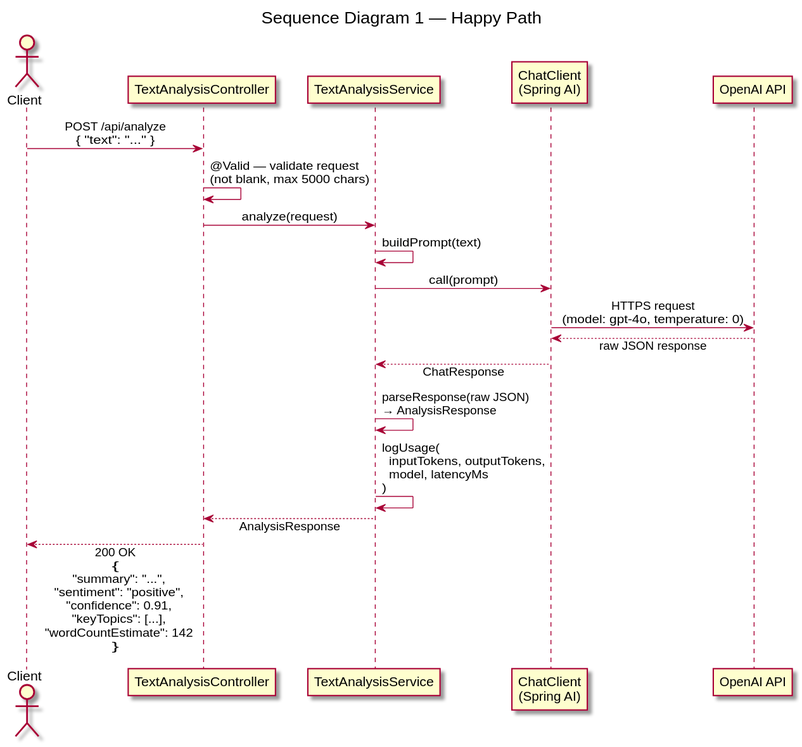
Before: diagrams/docs/sequence-happy-path.svg, a diagram exported from PlantUML (Buffden/ai-text-intelligence-dashboard).
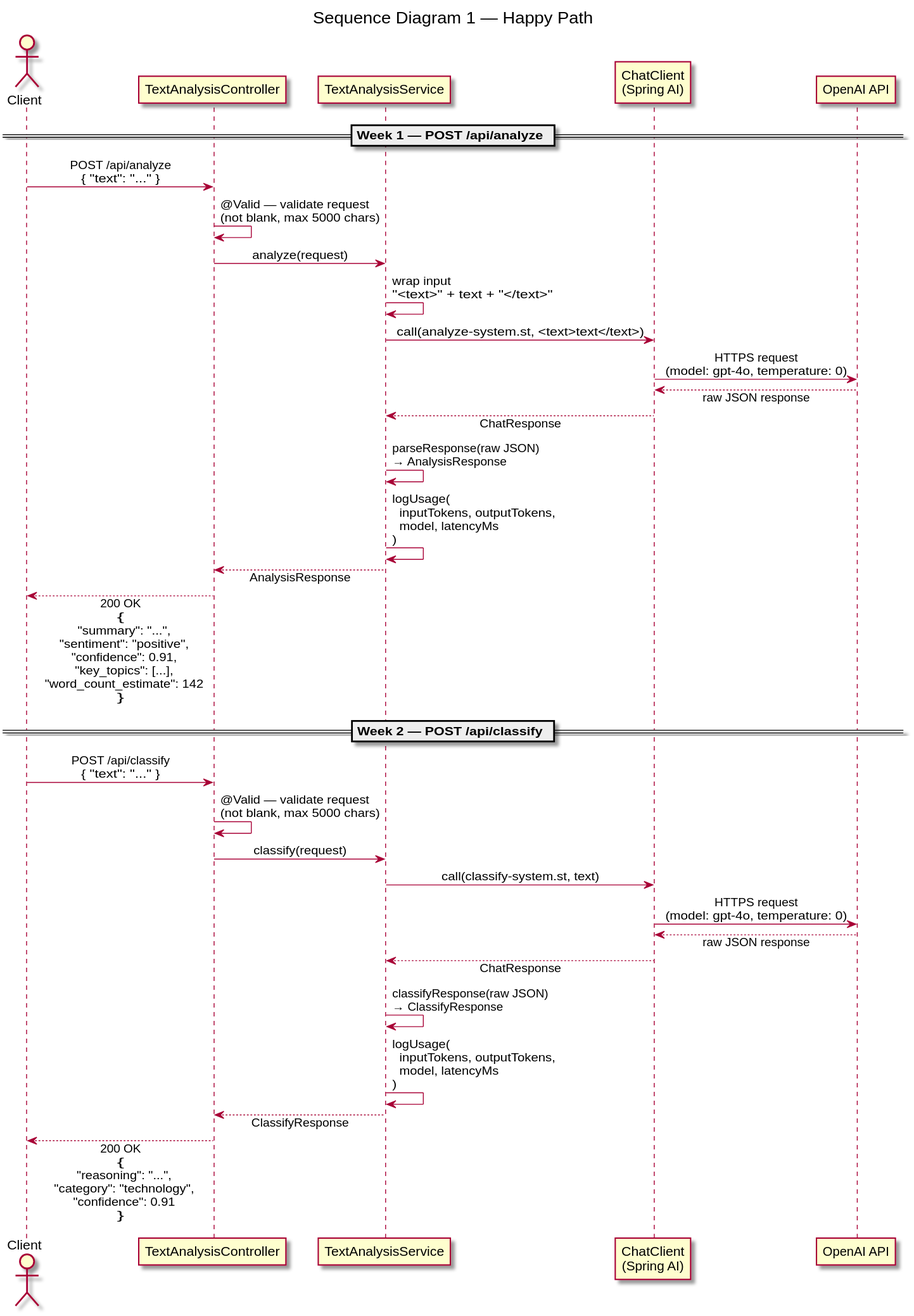
The same diagram one commit later.

Change to the diagram source:
```diff
@@ -11,15 +11,17 @@
 participant "ChatClient\n(Spring AI)" as ChatClient
 participant "OpenAI API"             as OpenAI
 
+== Week 1 — POST /api/analyze ==
+
 Client -> Controller : POST /api/analyze\n{ "text": "..." }
 
 Controller -> Controller : @Valid — validate request\n(not blank, max 5000 chars)
 
 Controller -> Service : analyze(request)
 
-Service -> Service : buildPrompt(text)
+Service -> Service : wrap input\n"<text>" + text + "</text>"
 
-Service -> ChatClient : call(prompt)
+Service -> ChatClient : call(analyze-system.st, <text>text</text>)
 
 ChatClient -> OpenAI : HTTPS request\n(model: gpt-4o, temperature: 0)
 
@@ -33,6 +35,30 @@
 
 Service --> Controller : AnalysisResponse
 
-Controller --> Client : 200 OK\n{\n  "summary": "...",\n  "sentiment": "positive",\n  "confidence": 0.91,\n  "keyTopics": [...],\n  "wordCountEstimate": 142\n}
+Controller --> Client : 200 OK\n{\n  "summary": "...",\n  "sentiment": "positive",\n  "confidence": 0.91,\n  "key_topics": [...],\n  "word_count_estimate": 142\n}
+
+== Week 2 — POST /api/classify ==
+
+Client -> Controller : POST /api/classify\n{ "text": "..." }
+
+Controller -> Controller : @Valid — validate request\n(not blank, max 5000 chars)
+
+Controller -> Service : classify(request)
+
+Service -> ChatClient : call(classify-system.st, text)
+
+ChatClient -> OpenAI : HTTPS request\n(model: gpt-4o, temperature: 0)
+
+OpenAI --> ChatClient : raw JSON response
+
+ChatClient --> Service : ChatResponse
+
+Service -> Service : classifyResponse(raw JSON)\n→ ClassifyResponse
+
+Service -> Service : logUsage(\n  inputTokens, outputTokens,\n  model, latencyMs\n)
+
+Service --> Controller : ClassifyResponse
+
+Controller --> Client : 200 OK\n{\n  "reasoning": "...",\n  "category": "technology",\n  "confidence": 0.91\n}
 
 @enduml
```
